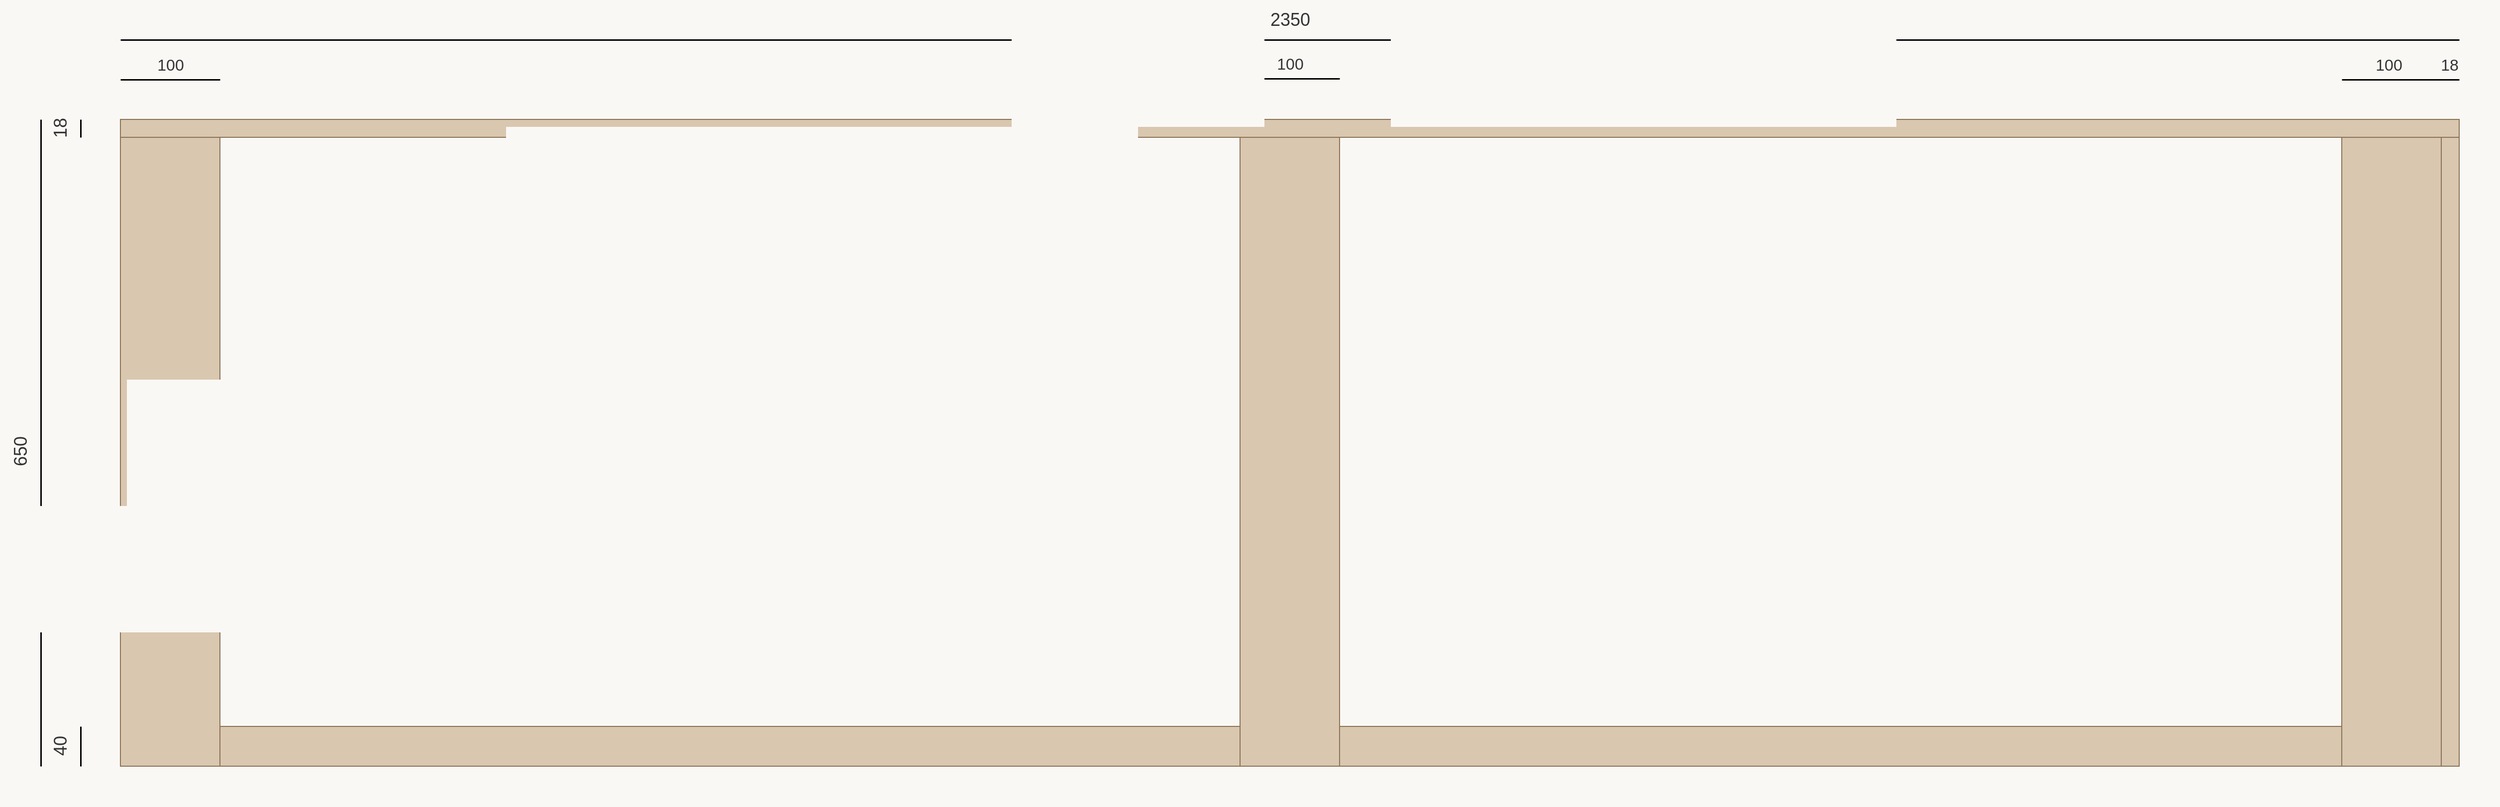
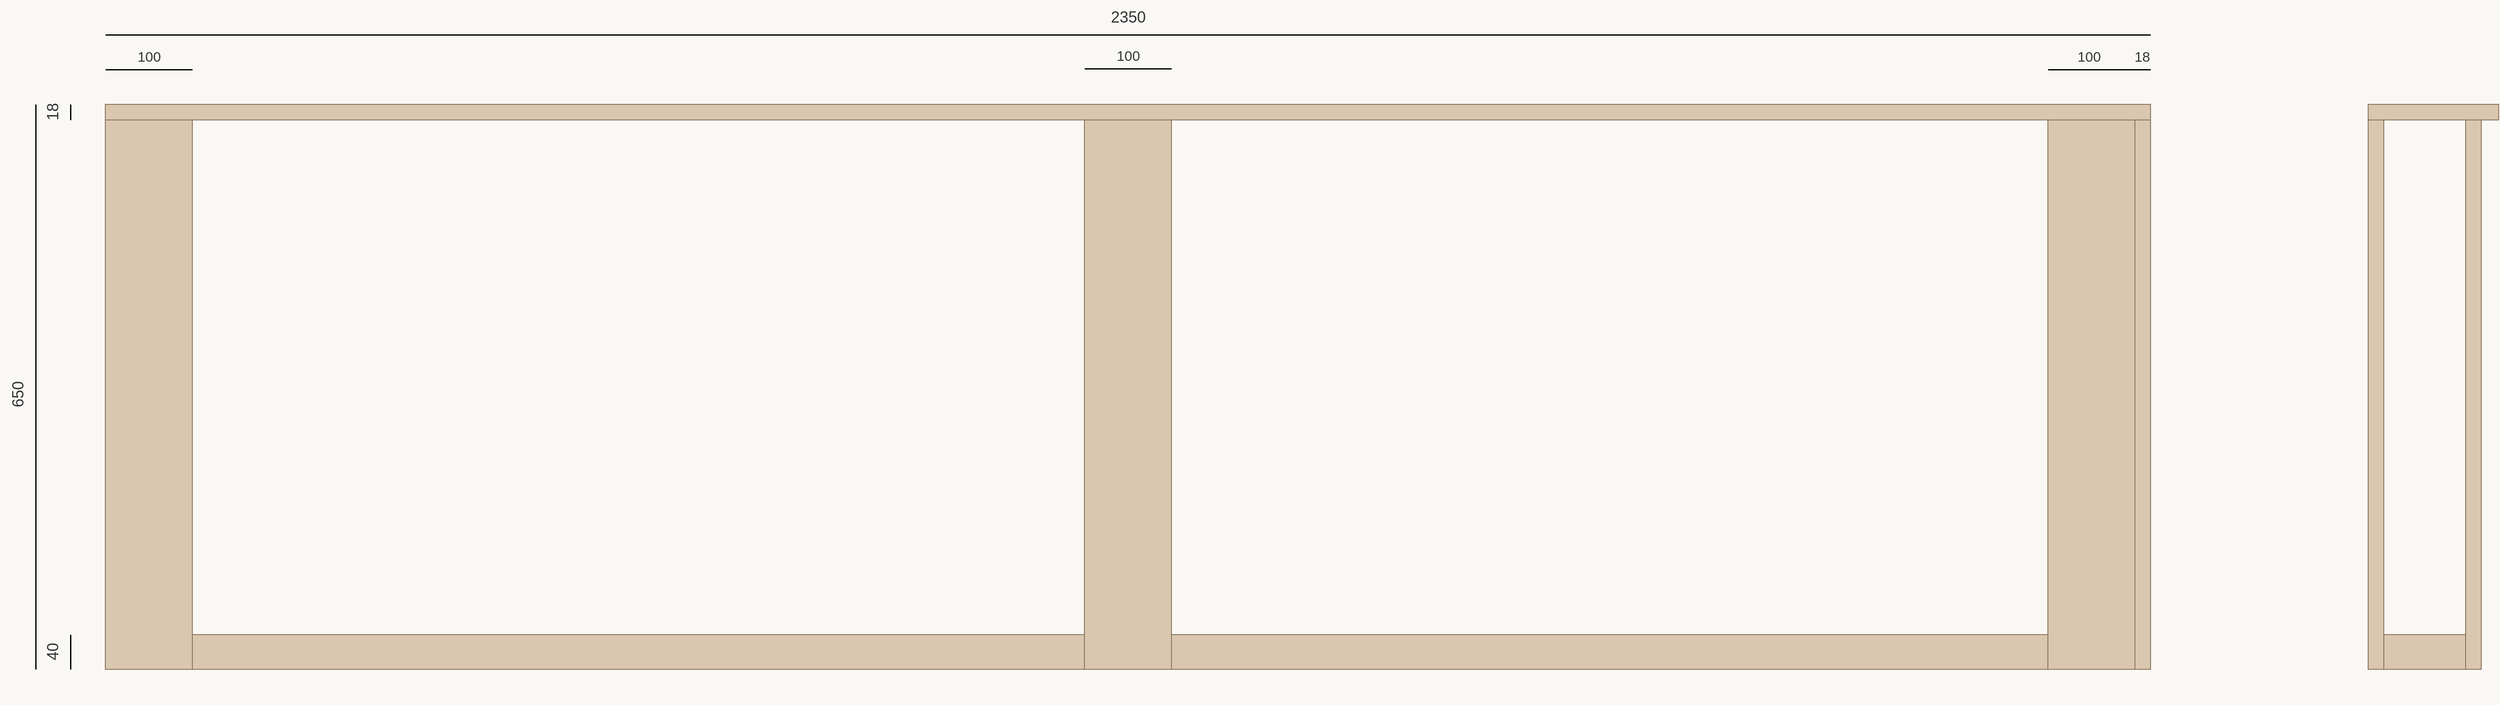
<mxfile host="65bd71144e">
    <diagram id="wzeSCYKQeLpUubLLfrzc" name="Grundgerüst">
-         <mxGraphModel dx="2618" dy="1734" grid="1" gridSize="10" guides="1" tooltips="1" connect="1" arrows="1" fold="1" page="0" pageScale="1" pageWidth="827" pageHeight="1169" background="#faf8f5" math="0" shadow="0">
+         <mxGraphModel dx="1870" dy="1176" grid="1" gridSize="10" guides="1" tooltips="1" connect="1" arrows="1" fold="1" page="0" pageScale="1" pageWidth="827" pageHeight="1169" background="#faf8f5" math="0" shadow="0">
            <root>
                <mxCell id="0"/>
                <mxCell id="1" parent="0"/>
                <mxCell id="46" value="" style="rounded=0;whiteSpace=wrap;html=1;fillColor=#d9c7b0;strokeColor=#8b7355;strokeWidth=1;" parent="1" vertex="1">
                    <mxGeometry x="160" y="770" width="2332" height="40" as="geometry"/>
                </mxCell>
                <mxCell id="20" value="" style="rounded=0;whiteSpace=wrap;html=1;fillColor=#d9c7b0;strokeColor=#8b7355;strokeWidth=1;" parent="1" vertex="1">
                    <mxGeometry x="160" y="160" width="2350" height="18" as="geometry"/>
                </mxCell>
                <mxCell id="21" value="" style="rounded=0;whiteSpace=wrap;html=1;rotation=0;direction=south;fillColor=#d9c7b0;strokeColor=#8b7355;strokeWidth=1;" parent="1" vertex="1">
                    <mxGeometry x="160" y="178" width="100" height="632" as="geometry"/>
                </mxCell>
                <mxCell id="27" value="" style="rounded=0;whiteSpace=wrap;html=1;fillColor=#d9c7b0;strokeColor=#8b7355;strokeWidth=1;" parent="1" vertex="1">
                    <mxGeometry x="1285" y="178" width="100" height="632" as="geometry"/>
                </mxCell>
                <mxCell id="45" value="" style="rounded=0;whiteSpace=wrap;html=1;fillColor=#d9c7b0;strokeColor=#8b7355;strokeWidth=1;" parent="1" vertex="1">
                    <mxGeometry x="2392" y="178" width="100" height="632" as="geometry"/>
                </mxCell>
                <mxCell id="47" value="" style="rounded=0;whiteSpace=wrap;html=1;fillColor=#d9c7b0;strokeColor=#8b7355;strokeWidth=1;" parent="1" vertex="1">
                    <mxGeometry x="2492" y="178" width="18" height="632" as="geometry"/>
                </mxCell>
                <mxCell id="100" value="2350" style="text;html=1;strokeColor=none;fillColor=none;align=center;verticalAlign=middle;fontSize=18;fontColor=#333333;" parent="1" vertex="1">
                    <mxGeometry x="1160" y="40" width="350" height="40" as="geometry"/>
                </mxCell>
                <mxCell id="101" value="" style="html=1;strokeWidth=1.5;startArrow=none;endArrow=none;" parent="1" edge="1">
                    <mxGeometry relative="1" as="geometry">
                        <mxPoint x="160" y="80" as="sourcePoint"/>
                        <mxPoint x="2510" y="80" as="targetPoint"/>
                    </mxGeometry>
                </mxCell>
                <mxCell id="102" value="650" style="text;html=1;strokeColor=none;fillColor=none;align=center;verticalAlign=middle;rotation=270;fontSize=18;fontColor=#333333;" parent="1" vertex="1">
                    <mxGeometry y="474" width="120" height="40" as="geometry"/>
                </mxCell>
                <mxCell id="103" value="" style="html=1;strokeWidth=1.5;startArrow=none;endArrow=none;" parent="1" edge="1">
                    <mxGeometry relative="1" as="geometry">
                        <mxPoint x="80" y="160" as="sourcePoint"/>
                        <mxPoint x="80" y="810" as="targetPoint"/>
                    </mxGeometry>
                </mxCell>
                <mxCell id="104" value="100" style="text;html=1;strokeColor=none;fillColor=none;align=center;verticalAlign=middle;fontSize=16;fontColor=#333333;" parent="1" vertex="1">
                    <mxGeometry x="145" y="90" width="130" height="30" as="geometry"/>
                </mxCell>
                <mxCell id="105" value="" style="html=1;strokeWidth=1.5;startArrow=none;endArrow=none;" parent="1" edge="1">
                    <mxGeometry relative="1" as="geometry">
                        <mxPoint x="160" y="120" as="sourcePoint"/>
                        <mxPoint x="260" y="120" as="targetPoint"/>
                    </mxGeometry>
                </mxCell>
                <mxCell id="108" value="18" style="text;html=1;strokeColor=none;fillColor=none;align=center;verticalAlign=middle;fontSize=16;fontColor=#333333;" parent="1" vertex="1">
                    <mxGeometry x="2450" y="90" width="100" height="30" as="geometry"/>
                </mxCell>
-                 <mxCell id="110" value="" style="html=1;strokeWidth=1.5;startArrow=none;endArrow=none;" edge="1" parent="1">
+                 <mxCell id="110" value="" style="html=1;strokeWidth=1.5;startArrow=none;endArrow=none;" parent="1" edge="1">
                    <mxGeometry relative="1" as="geometry">
                        <mxPoint x="120" y="160" as="sourcePoint"/>
                        <mxPoint x="120" y="178" as="targetPoint"/>
                    </mxGeometry>
                </mxCell>
-                 <mxCell id="111" value="18" style="text;html=1;strokeColor=none;fillColor=none;align=center;verticalAlign=middle;rotation=270;fontSize=18;fontColor=#333333;" vertex="1" parent="1">
+                 <mxCell id="111" value="18" style="text;html=1;strokeColor=none;fillColor=none;align=center;verticalAlign=middle;rotation=270;fontSize=18;fontColor=#333333;" parent="1" vertex="1">
                    <mxGeometry x="40" y="149" width="120" height="40" as="geometry"/>
                </mxCell>
-                 <mxCell id="112" value="" style="html=1;strokeWidth=1.5;startArrow=none;endArrow=none;" edge="1" parent="1">
+                 <mxCell id="112" value="" style="html=1;strokeWidth=1.5;startArrow=none;endArrow=none;" parent="1" edge="1">
                    <mxGeometry relative="1" as="geometry">
                        <mxPoint x="120" y="770" as="sourcePoint"/>
                        <mxPoint x="120" y="810" as="targetPoint"/>
                    </mxGeometry>
                </mxCell>
-                 <mxCell id="114" value="40" style="text;html=1;strokeColor=none;fillColor=none;align=center;verticalAlign=middle;rotation=270;fontSize=18;fontColor=#333333;" vertex="1" parent="1">
+                 <mxCell id="114" value="40" style="text;html=1;strokeColor=none;fillColor=none;align=center;verticalAlign=middle;rotation=270;fontSize=18;fontColor=#333333;" parent="1" vertex="1">
                    <mxGeometry x="40" y="770" width="120" height="40" as="geometry"/>
                </mxCell>
-                 <mxCell id="117" value="100" style="text;html=1;strokeColor=none;fillColor=none;align=center;verticalAlign=middle;fontSize=16;fontColor=#333333;" vertex="1" parent="1">
+                 <mxCell id="117" value="100" style="text;html=1;strokeColor=none;fillColor=none;align=center;verticalAlign=middle;fontSize=16;fontColor=#333333;" parent="1" vertex="1">
                    <mxGeometry x="1270" y="88.95" width="130" height="30" as="geometry"/>
                </mxCell>
-                 <mxCell id="118" value="" style="html=1;strokeWidth=1.5;startArrow=none;endArrow=none;" edge="1" parent="1">
+                 <mxCell id="118" value="" style="html=1;strokeWidth=1.5;startArrow=none;endArrow=none;" parent="1" edge="1">
                    <mxGeometry relative="1" as="geometry">
                        <mxPoint x="1285" y="118.95" as="sourcePoint"/>
                        <mxPoint x="1385" y="118.95" as="targetPoint"/>
                    </mxGeometry>
                </mxCell>
-                 <mxCell id="119" value="100" style="text;html=1;strokeColor=none;fillColor=none;align=center;verticalAlign=middle;fontSize=16;fontColor=#333333;" vertex="1" parent="1">
+                 <mxCell id="119" value="100" style="text;html=1;strokeColor=none;fillColor=none;align=center;verticalAlign=middle;fontSize=16;fontColor=#333333;" parent="1" vertex="1">
                    <mxGeometry x="2370" y="90" width="137" height="30" as="geometry"/>
                </mxCell>
-                 <mxCell id="120" value="" style="html=1;strokeWidth=1.5;startArrow=none;endArrow=none;" edge="1" parent="1">
+                 <mxCell id="120" value="" style="html=1;strokeWidth=1.5;startArrow=none;endArrow=none;" parent="1" edge="1">
                    <mxGeometry relative="1" as="geometry">
                        <mxPoint x="2392" y="120" as="sourcePoint"/>
                        <mxPoint x="2510" y="120" as="targetPoint"/>
                    </mxGeometry>
                </mxCell>
+                 <mxCell id="210" value="" style="rounded=0;whiteSpace=wrap;html=1;fillColor=#d9c7b0;strokeColor=#8b7355;strokeWidth=1;" vertex="1" parent="1">
+                     <mxGeometry x="2760" y="160" width="150" height="18" as="geometry"/>
+                 </mxCell>
+                 <mxCell id="212" value="" style="rounded=0;whiteSpace=wrap;html=1;fillColor=#d9c7b0;strokeColor=#8b7355;strokeWidth=1;" vertex="1" parent="1">
+                     <mxGeometry x="2778" y="770" width="94" height="40" as="geometry"/>
+                 </mxCell>
+                 <mxCell id="213" value="" style="rounded=0;whiteSpace=wrap;html=1;fillColor=#d9c7b0;strokeColor=#8b7355;strokeWidth=1;" vertex="1" parent="1">
+                     <mxGeometry x="2760" y="178" width="18" height="632" as="geometry"/>
+                 </mxCell>
+                 <mxCell id="214" value="" style="rounded=0;whiteSpace=wrap;html=1;fillColor=#d9c7b0;strokeColor=#8b7355;strokeWidth=1;" vertex="1" parent="1">
+                     <mxGeometry x="2872" y="178" width="18" height="632" as="geometry"/>
+                 </mxCell>
            </root>
        </mxGraphModel>
    </diagram>
</mxfile>